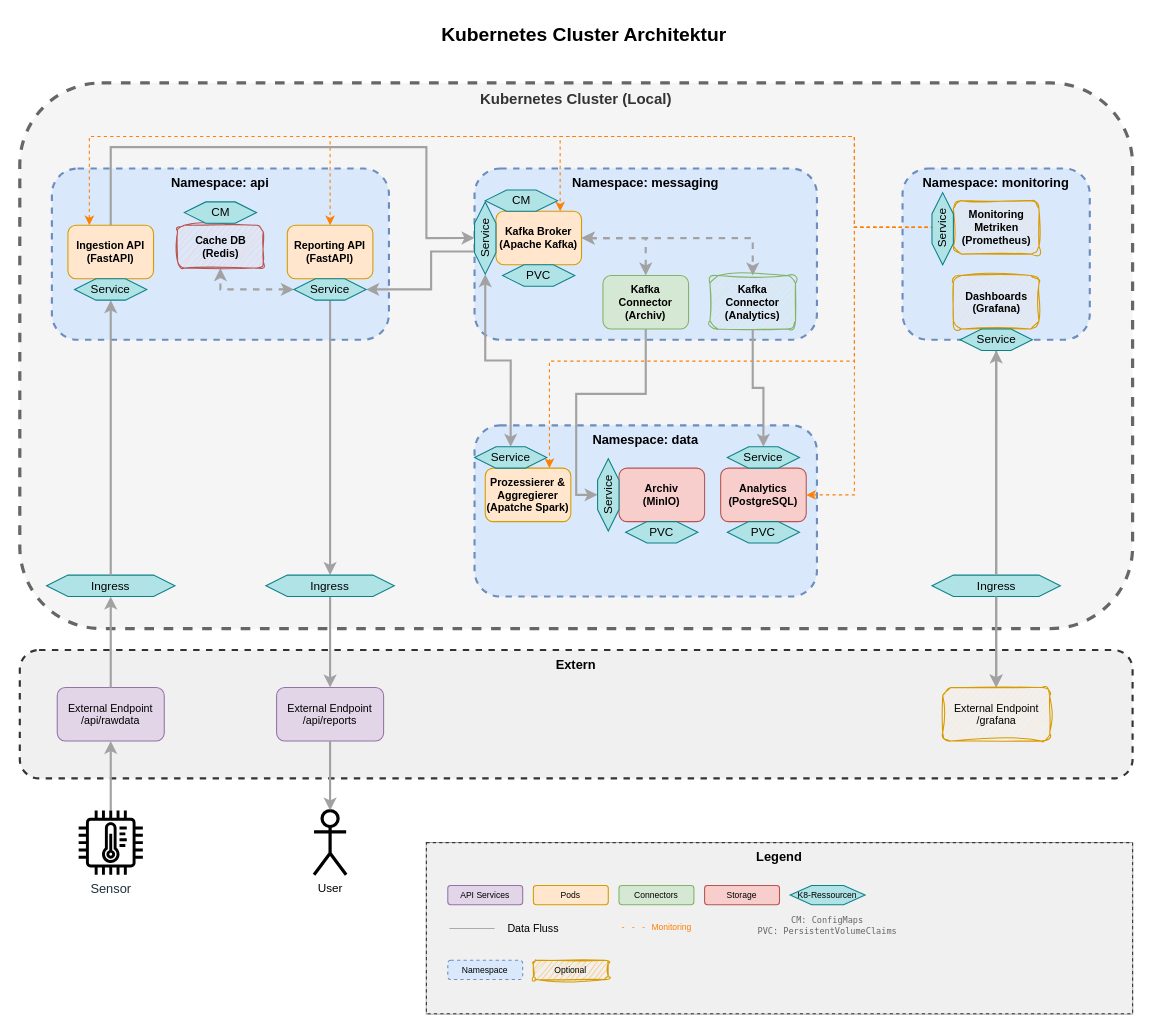
Kokoloris19097/DLMDWWDE02 keeps this draw.io diagram as page "K8s-Ressourcen" (3 of 3) of doku/Projekt Data Engineering.drawio. Above is the earlier version. Source tidied: cells renumbered, new cells numbered last; positions are measured from the earlier drawing's top-left corner, leaving out a move shared by most shapes. Both pictures are drawn from the tidied source at 107%, with x=0, y=0 at pixel (19, 18).
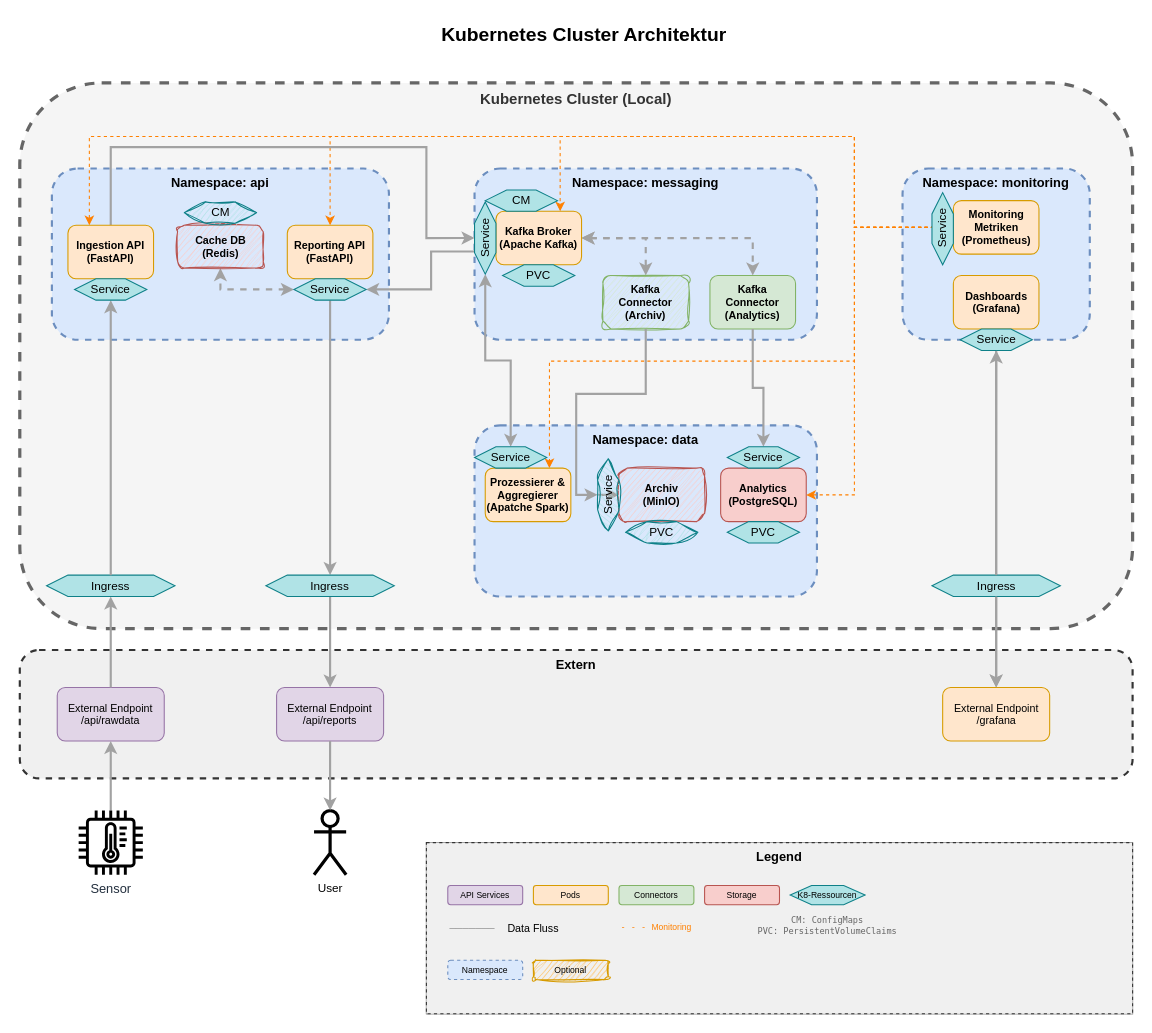
After the change.

What changed in the source:
```diff
@@
-    <mxCell id="13" value="Archiv&lt;br&gt;(MinIO)" style="rounded=1;whiteSpace=wrap;html=1;fillColor=#f8cecc;strokeColor=#b85450;fontSize=10;fontStyle=1;" parent="1" vertex="1">
+    <mxCell id="13" value="Archiv&lt;br&gt;(MinIO)" style="rounded=1;whiteSpace=wrap;html=1;fillColor=#f8cecc;strokeColor=#b85450;fontSize=10;fontStyle=1;sketch=1;curveFitting=1;jiggle=2;" parent="1" vertex="1">
       <mxGeometry x="560" y="420" width="80" height="50" as="geometry" />
     </mxCell>
@@
-    <mxCell id="21" value="Monitoring Metriken&lt;br&gt;(Prometheus)" style="rounded=1;whiteSpace=wrap;html=1;fillColor=#ffe6cc;strokeColor=#d79b00;fontSize=10;fontStyle=1;sketch=1;curveFitting=1;jiggle=2;" parent="1" vertex="1">
+    <mxCell id="21" value="Monitoring Metriken&lt;br&gt;(Prometheus)" style="rounded=1;whiteSpace=wrap;html=1;fillColor=#ffe6cc;strokeColor=#d79b00;fontSize=10;fontStyle=1;" parent="1" vertex="1">
       <mxGeometry x="872.5" y="170" width="80" height="50" as="geometry" />
     </mxCell>
@@
-    <mxCell id="23" value="Dashboards&lt;br&gt;(Grafana)" style="rounded=1;whiteSpace=wrap;html=1;fillColor=#ffe6cc;strokeColor=#d79b00;fontSize=10;fontStyle=1;sketch=1;curveFitting=1;jiggle=2;align=center;verticalAlign=middle;fontFamily=Helvetica;" parent="1" vertex="1">
+    <mxCell id="23" value="Dashboards&lt;br&gt;(Grafana)" style="rounded=1;whiteSpace=wrap;html=1;fillColor=#ffe6cc;strokeColor=#d79b00;fontSize=10;fontStyle=1;align=center;verticalAlign=middle;fontFamily=Helvetica;" parent="1" vertex="1">
       <mxGeometry x="872.5" y="240" width="80" height="50" as="geometry" />
     </mxCell>
@@
-    <mxCell id="27" value="External Endpoint&#10;/grafana" style="rounded=1;whiteSpace=wrap;html=1;fillColor=#ffe6cc;strokeColor=#d79b00;fontSize=10;sketch=1;curveFitting=1;jiggle=2;" parent="1" vertex="1">
+    <mxCell id="27" value="External Endpoint&#10;/grafana" style="rounded=1;whiteSpace=wrap;html=1;fillColor=#ffe6cc;strokeColor=#d79b00;fontSize=10;" parent="1" vertex="1">
       <mxGeometry x="862.5" y="625" width="100" height="50" as="geometry" />
     </mxCell>
@@
-    <mxCell id="32" value="Kafka Connector&lt;br&gt;(Archiv)" style="rounded=1;whiteSpace=wrap;html=1;fillColor=#d5e8d4;strokeColor=#82b366;fontSize=10;fontStyle=1;" parent="1" vertex="1">
+    <mxCell id="32" value="Kafka Connector&lt;br&gt;(Archiv)" style="rounded=1;whiteSpace=wrap;html=1;fillColor=#d5e8d4;strokeColor=#82b366;fontSize=10;fontStyle=1;sketch=1;curveFitting=1;jiggle=2;" parent="1" vertex="1">
       <mxGeometry x="545" y="240" width="80" height="50" as="geometry" />
     </mxCell>
@@
-    <mxCell id="34" value="Kafka Connector&lt;br&gt;(Analytics)" style="rounded=1;whiteSpace=wrap;html=1;fillColor=#d5e8d4;strokeColor=#82b366;fontSize=10;fontStyle=1;sketch=1;curveFitting=1;jiggle=2;" parent="1" vertex="1">
+    <mxCell id="34" value="Kafka Connector&lt;br&gt;(Analytics)" style="rounded=1;whiteSpace=wrap;html=1;fillColor=#d5e8d4;strokeColor=#82b366;fontSize=10;fontStyle=1;" parent="1" vertex="1">
       <mxGeometry x="645" y="240" width="80" height="50" as="geometry" />
     </mxCell>
@@
-    <mxCell id="69" value="PVC" style="shape=hexagon;perimeter=hexagonPerimeter2;whiteSpace=wrap;html=1;fixedSize=1;fontFamily=Helvetica;fontSize=11;labelBackgroundColor=none;fillColor=#b0e3e6;strokeColor=#0e8088;" parent="1" vertex="1">
+    <mxCell id="69" value="PVC" style="shape=hexagon;perimeter=hexagonPerimeter2;whiteSpace=wrap;html=1;fixedSize=1;fontFamily=Helvetica;fontSize=11;labelBackgroundColor=none;fillColor=#b0e3e6;strokeColor=#0e8088;sketch=1;curveFitting=1;jiggle=2;" parent="1" vertex="1">
       <mxGeometry x="566.2" y="470" width="67.5" height="20" as="geometry" />
     </mxCell>
@@
-    <mxCell id="72" value="CM" style="shape=hexagon;perimeter=hexagonPerimeter2;whiteSpace=wrap;html=1;fixedSize=1;fontFamily=Helvetica;fontSize=11;labelBackgroundColor=none;fillColor=#b0e3e6;strokeColor=#0e8088;" parent="1" vertex="1">
+    <mxCell id="72" value="CM" style="shape=hexagon;perimeter=hexagonPerimeter2;whiteSpace=wrap;html=1;fixedSize=1;fontFamily=Helvetica;fontSize=11;labelBackgroundColor=none;fillColor=#b0e3e6;strokeColor=#0e8088;sketch=1;curveFitting=1;jiggle=2;" parent="1" vertex="1">
       <mxGeometry x="153.8" y="171.2" width="67.5" height="20" as="geometry" />
     </mxCell>
@@
-    <mxCell id="80" value="Service" style="shape=hexagon;perimeter=hexagonPerimeter2;whiteSpace=wrap;html=1;fixedSize=1;fontFamily=Helvetica;fontSize=11;labelBackgroundColor=none;fillColor=#b0e3e6;strokeColor=#0e8088;direction=south;horizontal=0;" parent="1" vertex="1">
+    <mxCell id="80" value="Service" style="shape=hexagon;perimeter=hexagonPerimeter2;whiteSpace=wrap;html=1;fixedSize=1;fontFamily=Helvetica;fontSize=11;labelBackgroundColor=none;fillColor=#b0e3e6;strokeColor=#0e8088;direction=south;horizontal=0;sketch=1;curveFitting=1;jiggle=2;" parent="1" vertex="1">
       <mxGeometry x="540" y="411.2" width="20" height="67.5" as="geometry" />
     </mxCell>
```
